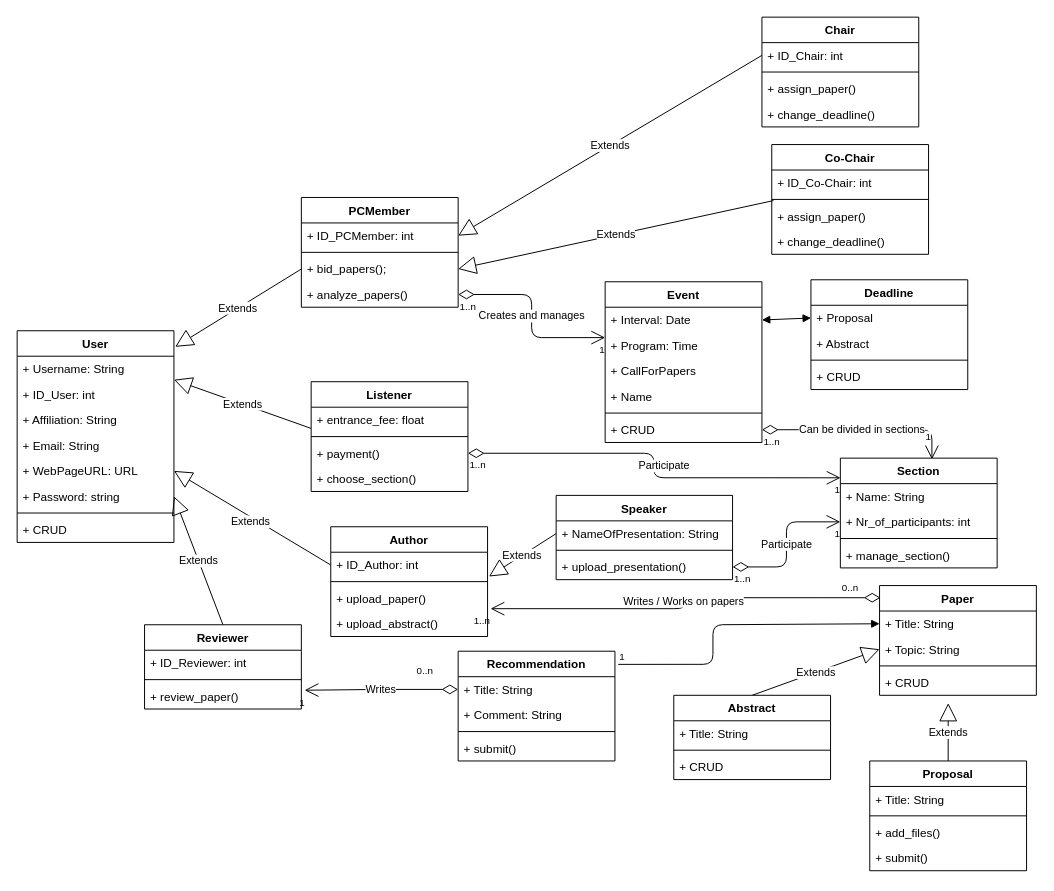
The draw.io diagram ClassDiagram.drawio in DobosP/stackoverflow, before the edit. Source tidied: cells renumbered, new cells numbered last; positions are measured from the earlier drawing's top-left corner, leaving out a move shared by most shapes. Both pictures are drawn from the tidied source at 98%, with x=0, y=0 at pixel (17, 17).
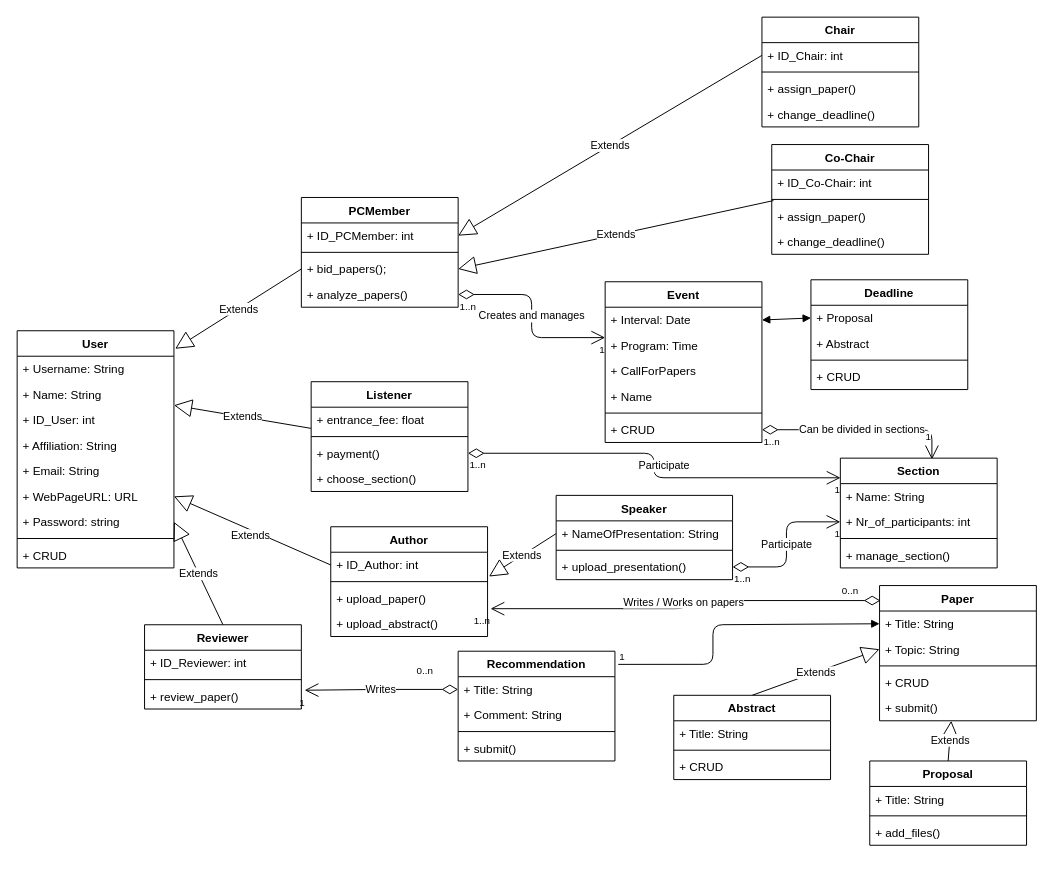
The same diagram, later.

The change refers to these unchanged cells:
```xml
<mxCell id="82" value="+ CRUD" style="text;strokeColor=none;fillColor=none;align=left;verticalAlign=top;spacingLeft=4;spacingRight=4;overflow=hidden;points=[[0,0.5],[1,0.5]];portConstraint=eastwest;" parent="78" vertex="1">
  <mxGeometry y="86" width="160" height="26" as="geometry" />
</mxCell>
```

The edit, as a diff of the source:
```diff
@@
-    <mxCell id="12" value="Extends" style="endArrow=block;endSize=16;endFill=0;html=1;strokeColor=#000000;exitX=0.5;exitY=0;exitDx=0;exitDy=0;entryX=0.438;entryY=1.308;entryDx=0;entryDy=0;entryPerimeter=0;" parent="1" edge="1" source="83" target="82">
+    <mxCell id="12" value="Extends" style="endArrow=block;endSize=16;endFill=0;html=1;strokeColor=#000000;exitX=0.5;exitY=0;exitDx=0;exitDy=0;entryX=0.457;entryY=1;entryDx=0;entryDy=0;entryPerimeter=0;" parent="1" edge="1" source="83" target="87">
       <mxGeometry relative="1" as="geometry" />
     </mxCell>
@@
     <mxCell id="78" value="Paper" style="swimlane;fontStyle=1;align=center;verticalAlign=top;horizontal=1;startSize=26;" parent="1" vertex="1">
-      <mxGeometry x="880" y="580" width="160" height="112" as="geometry" />
+      <mxGeometry x="880" y="580" width="160" height="138" as="geometry" />
     </mxCell>
@@
-    <mxCell id="83" value="Proposal" style="swimlane;fontStyle=1;align=center;verticalAlign=top;horizontal=1;startSize=26;" parent="1" vertex="1">
-      <mxGeometry x="870" y="759" width="160" height="112" as="geometry" />
-    </mxCell>
-    <mxCell id="84" value="+ Title: String" style="text;strokeColor=none;fillColor=none;align=left;verticalAlign=top;spacingLeft=4;spacingRight=4;overflow=hidden;" parent="83" vertex="1">
-      <mxGeometry y="26" width="160" height="26" as="geometry" />
-    </mxCell>
-    <mxCell id="85" style="line;strokeWidth=1;fillColor=none;align=left;verticalAlign=middle;spacingTop=-1;spacingLeft=3;spacingRight=3;labelPosition=right;" parent="83" vertex="1">
-      <mxGeometry y="52" width="160" height="8" as="geometry" />
-    </mxCell>
-    <mxCell id="86" value="+ add_files()" style="text;strokeColor=none;fillColor=none;align=left;verticalAlign=top;spacingLeft=4;spacingRight=4;overflow=hidden;" parent="83" vertex="1">
-      <mxGeometry y="60" width="160" height="26" as="geometry" />
-    </mxCell>
-    <mxCell id="87" value="+ submit()" style="text;strokeColor=none;fillColor=none;align=left;verticalAlign=top;spacingLeft=4;spacingRight=4;overflow=hidden;points=[[0,0.5],[1,0.5]];portConstraint=eastwest;" parent="83" vertex="1">
-      <mxGeometry y="86" width="160" height="26" as="geometry" />
+    <mxCell id="87" value="+ submit()" style="text;strokeColor=none;fillColor=none;align=left;verticalAlign=top;spacingLeft=4;spacingRight=4;overflow=hidden;points=[[0,0.5],[1,0.5]];portConstraint=eastwest;" parent="78" vertex="1">
+      <mxGeometry y="112" width="160" height="26" as="geometry" />
     </mxCell>
@@
     <mxCell id="92" value="User" style="swimlane;fontStyle=1;align=center;verticalAlign=top;horizontal=1;startSize=26;" parent="1" vertex="1">
-      <mxGeometry y="320" width="160" height="216" as="geometry" />
+      <mxGeometry y="320" width="160" height="242" as="geometry" />
     </mxCell>
+    <mxCell id="110" value="+ Username: String" style="text;strokeColor=none;fillColor=none;align=left;verticalAlign=top;spacingLeft=4;spacingRight=4;overflow=hidden;" parent="92" vertex="1">
+      <mxGeometry y="26" width="160" height="26" as="geometry" />
+    </mxCell>
-    <mxCell id="93" value="+ Username: String" style="text;strokeColor=none;fillColor=none;align=left;verticalAlign=top;spacingLeft=4;spacingRight=4;overflow=hidden;" parent="92" vertex="1">
-      <mxGeometry y="26" width="160" height="26" as="geometry" />
+    <mxCell id="93" value="+ Name: String" style="text;strokeColor=none;fillColor=none;align=left;verticalAlign=top;spacingLeft=4;spacingRight=4;overflow=hidden;" parent="92" vertex="1">
+      <mxGeometry y="52" width="160" height="26" as="geometry" />
     </mxCell>
     <mxCell id="94" value="+ ID_User: int" style="text;strokeColor=none;fillColor=none;align=left;verticalAlign=top;spacingLeft=4;spacingRight=4;overflow=hidden;points=[[0,0.5],[1,0.5]];portConstraint=eastwest;" parent="92" vertex="1">
-      <mxGeometry y="52" width="160" height="26" as="geometry" />
+      <mxGeometry y="78" width="160" height="26" as="geometry" />
     </mxCell>
     <mxCell id="95" value="+ Affiliation: String" style="text;strokeColor=none;fillColor=none;align=left;verticalAlign=top;spacingLeft=4;spacingRight=4;overflow=hidden;" parent="92" vertex="1">
-      <mxGeometry y="78" width="160" height="26" as="geometry" />
+      <mxGeometry y="104" width="160" height="26" as="geometry" />
     </mxCell>
     <mxCell id="96" value="+ Email: String" style="text;strokeColor=none;fillColor=none;align=left;verticalAlign=top;spacingLeft=4;spacingRight=4;overflow=hidden;" parent="92" vertex="1">
-      <mxGeometry y="104" width="160" height="26" as="geometry" />
+      <mxGeometry y="130" width="160" height="26" as="geometry" />
     </mxCell>
     <mxCell id="97" value="+ WebPageURL: URL" style="text;strokeColor=none;fillColor=none;align=left;verticalAlign=top;spacingLeft=4;spacingRight=4;overflow=hidden;points=[[0,0.5],[1,0.5]];portConstraint=eastwest;" parent="92" vertex="1">
-      <mxGeometry y="130" width="160" height="26" as="geometry" />
+      <mxGeometry y="156" width="160" height="26" as="geometry" />
     </mxCell>
     <mxCell id="98" value="+ Password: string" style="text;strokeColor=none;fillColor=none;align=left;verticalAlign=top;spacingLeft=4;spacingRight=4;overflow=hidden;points=[[0,0.5],[1,0.5]];portConstraint=eastwest;" parent="92" vertex="1">
-      <mxGeometry y="156" width="160" height="26" as="geometry" />
+      <mxGeometry y="182" width="160" height="26" as="geometry" />
     </mxCell>
     <mxCell id="99" style="line;strokeWidth=1;fillColor=none;align=left;verticalAlign=middle;spacingTop=-1;spacingLeft=3;spacingRight=3;labelPosition=right;" parent="92" vertex="1">
-      <mxGeometry y="182" width="160" height="8" as="geometry" />
+      <mxGeometry y="208" width="160" height="8" as="geometry" />
     </mxCell>
     <mxCell id="100" value="+ CRUD" style="text;strokeColor=none;fillColor=none;align=left;verticalAlign=top;spacingLeft=4;spacingRight=4;overflow=hidden;" parent="92" vertex="1">
-      <mxGeometry y="190" width="160" height="26" as="geometry" />
+      <mxGeometry y="216" width="160" height="26" as="geometry" />
     </mxCell>
@@
+    <mxCell id="83" value="Proposal" style="swimlane;fontStyle=1;align=center;verticalAlign=top;horizontal=1;startSize=26;" parent="1" vertex="1">
+      <mxGeometry x="870" y="759" width="160" height="86" as="geometry" />
+    </mxCell>
+    <mxCell id="84" value="+ Title: String" style="text;strokeColor=none;fillColor=none;align=left;verticalAlign=top;spacingLeft=4;spacingRight=4;overflow=hidden;" parent="83" vertex="1">
+      <mxGeometry y="26" width="160" height="26" as="geometry" />
+    </mxCell>
+    <mxCell id="85" style="line;strokeWidth=1;fillColor=none;align=left;verticalAlign=middle;spacingTop=-1;spacingLeft=3;spacingRight=3;labelPosition=right;" parent="83" vertex="1">
+      <mxGeometry y="52" width="160" height="8" as="geometry" />
+    </mxCell>
+    <mxCell id="86" value="+ add_files()" style="text;strokeColor=none;fillColor=none;align=left;verticalAlign=top;spacingLeft=4;spacingRight=4;overflow=hidden;" parent="83" vertex="1">
+      <mxGeometry y="60" width="160" height="26" as="geometry" />
+    </mxCell>
```
